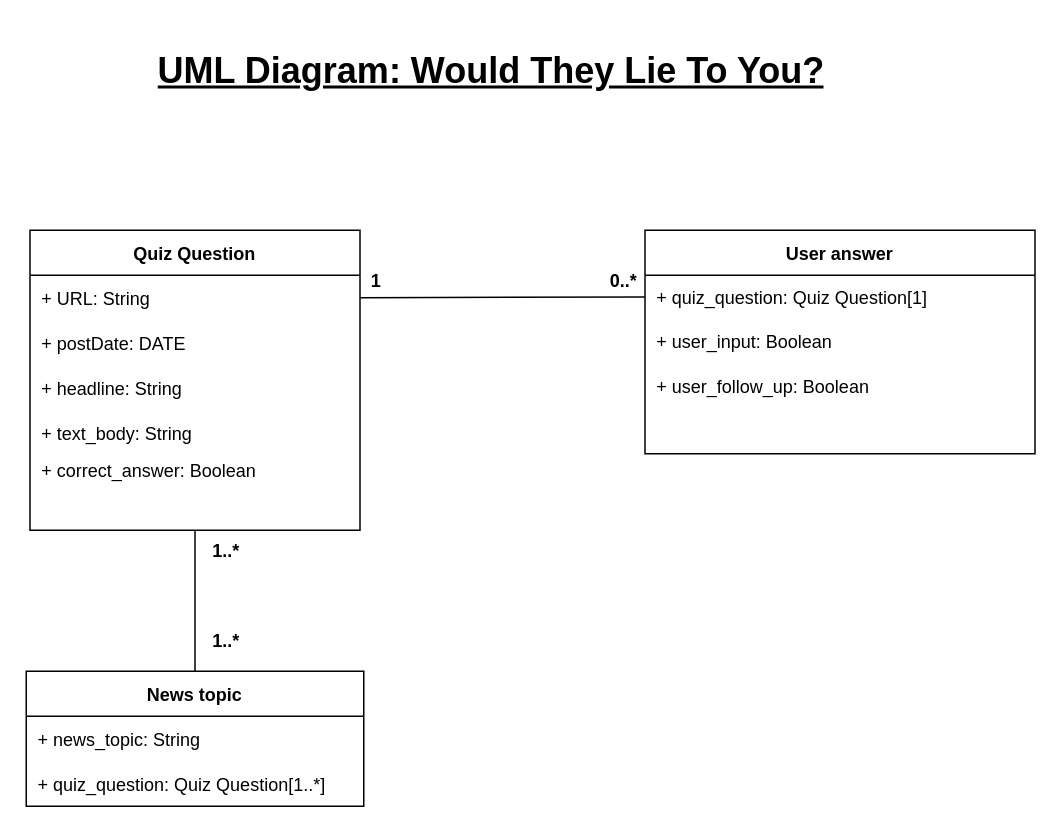
This is Documentation/Backend/DatabaseDesign/NoSQLDBDevelopment/NoSQLUML.drawio from Davospike/segpSPA, a draw.io file, before an edit. Source tidied: cells renumbered, new cells numbered last; positions are measured from the earlier drawing's top-left corner, leaving out a move shared by most shapes. Both pictures are drawn from the tidied source at 150%, with x=0, y=0 at pixel (26, 40).
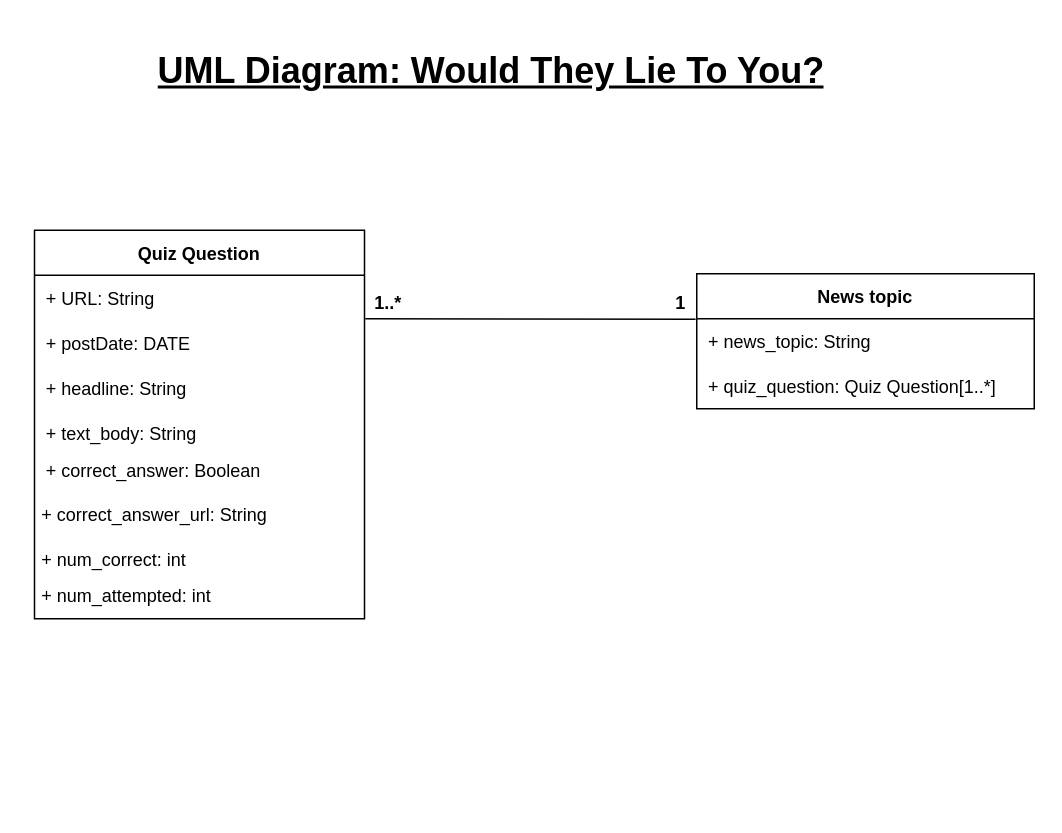
After the change.

The change refers to these unchanged cells:
```xml
<mxCell id="12" style="shape=partialRectangle;fillColor=none;points=[[0,0.5],[1,0.5]];portConstraint=eastwest;top=0;left=0;right=0;bottom=0;" parent="11" vertex="1">
  <mxGeometry y="30" width="220" height="30" as="geometry" />
</mxCell>
```

The edit, as a diff of the source:
```diff
@@
-    <mxCell id="2" value="User answer" style="shape=table;startSize=30;childLayout=tableLayout;rowLines=0;fontStyle=1;align=center;" parent="1" vertex="1">
-      <mxGeometry x="412.5" y="126" width="260" height="149" as="geometry" />
-    </mxCell>
-    <mxCell id="3" style="shape=partialRectangle;fillColor=none;points=[[0,0.5],[1,0.5]];portConstraint=eastwest;top=0;left=0;right=0;bottom=0;" parent="2" vertex="1">
-      <mxGeometry y="30" width="260" height="29" as="geometry" />
-    </mxCell>
-    <mxCell id="4" value="+ quiz_question: Quiz Question[1]" style="shape=partialRectangle;overflow=hidden;fillColor=none;top=0;left=0;bottom=0;right=0;align=left;spacingLeft=6;" parent="3" vertex="1">
-      <mxGeometry width="260" height="29" as="geometry" />
-    </mxCell>
-    <mxCell id="5" style="shape=partialRectangle;fillColor=none;top=0;left=0;right=0;bottom=0;" parent="2" vertex="1">
-      <mxGeometry y="59" width="260" height="30" as="geometry" />
-    </mxCell>
-    <mxCell id="6" value="+ user_input: Boolean" style="shape=partialRectangle;overflow=hidden;fillColor=none;top=0;left=0;bottom=0;right=0;align=left;spacingLeft=6;" parent="5" vertex="1">
-      <mxGeometry width="260" height="30" as="geometry" />
-    </mxCell>
-    <mxCell id="7" style="shape=partialRectangle;fillColor=none;top=0;left=0;right=0;bottom=0;" parent="2" vertex="1">
-      <mxGeometry y="89" width="260" height="30" as="geometry" />
-    </mxCell>
-    <mxCell id="8" value="+ user_follow_up: Boolean" style="shape=partialRectangle;overflow=hidden;fillColor=none;top=0;left=0;bottom=0;right=0;align=left;spacingLeft=6;" parent="7" vertex="1">
-      <mxGeometry width="260" height="30" as="geometry" />
-    </mxCell>
-    <mxCell id="9" style="shape=partialRectangle;fillColor=none;top=0;left=0;right=0;bottom=0;" parent="2" vertex="1">
-      <mxGeometry y="119" width="260" height="30" as="geometry" />
-    </mxCell>
-    <mxCell id="10" style="shape=partialRectangle;overflow=hidden;fillColor=none;top=0;left=0;bottom=0;right=0;align=left;spacingLeft=6;" parent="9" vertex="1">
-      <mxGeometry width="260" height="30" as="geometry" />
-    </mxCell>
     <mxCell id="11" value="Quiz Question" style="shape=table;startSize=30;childLayout=tableLayout;rowLines=0;fontStyle=1;align=center;" parent="1" vertex="1">
-      <mxGeometry x="2.5" y="126" width="220" height="200" as="geometry" />
+      <mxGeometry x="5.5" y="126" width="220" height="259" as="geometry" />
     </mxCell>
@@
     <mxCell id="22" style="shape=partialRectangle;fillColor=none;top=0;left=0;right=0;bottom=0;" parent="11" vertex="1">
-      <mxGeometry y="170" width="220" height="30" as="geometry" />
+      <mxGeometry y="170" width="220" height="29" as="geometry" />
     </mxCell>
     <mxCell id="23" style="shape=partialRectangle;overflow=hidden;fillColor=none;top=0;left=0;bottom=0;right=0;align=left;spacingLeft=6;labelBorderColor=#000000;perimeterSpacing=0;strokeWidth=2;" parent="22" vertex="1">
-      <mxGeometry width="220" height="30" as="geometry" />
+      <mxGeometry width="220" height="29" as="geometry" />
     </mxCell>
     <mxCell id="24" value="News topic" style="shape=table;startSize=30;childLayout=tableLayout;rowLines=0;fontStyle=1;align=center;" parent="1" vertex="1">
-      <mxGeometry y="420" width="225" height="90" as="geometry" />
+      <mxGeometry x="447" y="155" width="225" height="90" as="geometry" />
     </mxCell>
@@
-    <mxCell id="30" style="endArrow=none;html=1;entryX=0;entryY=0.5;entryDx=0;entryDy=0;exitX=1;exitY=0.5;exitDx=0;exitDy=0;" parent="1" edge="1" source="12" target="3">
-      <mxGeometry relative="1" as="geometry" />
-    </mxCell>
+    <mxCell id="33" style="endArrow=none;html=1;exitX=1.013;exitY=1.013;exitDx=0;exitDy=0;exitPerimeter=0;" parent="1" edge="1" source="31">
+      <mxGeometry relative="1" as="geometry">
+        <mxPoint x="226" y="185" as="targetPoint" />
+        <Array as="points">
+          <mxPoint x="226" y="185" />
+        </Array>
+      </mxGeometry>
+    </mxCell>
+    <mxCell id="35" value="1..*" style="text;html=1;align=center;verticalAlign=middle;fontStyle=1;" parent="1" vertex="1">
+      <mxGeometry x="226" y="165" width="30" height="20" as="geometry" />
+    </mxCell>
     <mxCell id="31" value="1" style="text;html=1;align=center;verticalAlign=middle;points=[];fontStyle=1;" parent="1" vertex="1">
-      <mxGeometry x="222.5" y="150" width="20" height="20" as="geometry" />
+      <mxGeometry x="426" y="165" width="20" height="20" as="geometry" />
     </mxCell>
-    <mxCell id="32" value="0..*" style="text;html=1;align=center;verticalAlign=middle;fontStyle=1;" parent="1" vertex="1">
-      <mxGeometry x="382.5" y="150" width="30" height="20" as="geometry" />
-    </mxCell>
-    <mxCell id="33" style="endArrow=none;html=1;exitX=0.5;exitY=0;exitDx=0;exitDy=0;" parent="1" edge="1" source="24">
-      <mxGeometry relative="1" as="geometry">
-        <mxPoint x="112.5" y="326" as="targetPoint" />
-      </mxGeometry>
-    </mxCell>
-    <mxCell id="34" value="1..*" style="text;html=1;align=center;verticalAlign=middle;fontStyle=1;" parent="1" vertex="1">
-      <mxGeometry x="117.5" y="330" width="30" height="20" as="geometry" />
-    </mxCell>
-    <mxCell id="35" value="1..*" style="text;html=1;align=center;verticalAlign=middle;fontStyle=1;" parent="1" vertex="1">
-      <mxGeometry x="117.5" y="390" width="30" height="20" as="geometry" />
-    </mxCell>
+    <mxCell id="36" value="+ correct_answer_url: String" style="shape=partialRectangle;overflow=hidden;fillColor=none;top=0;left=0;bottom=0;right=0;align=left;spacingLeft=6;" parent="1" vertex="1">
+      <mxGeometry x="2.5" y="305" width="220" height="20" as="geometry" />
+    </mxCell>
+    <mxCell id="37" value="+ num_correct: int" style="shape=partialRectangle;overflow=hidden;fillColor=none;top=0;left=0;bottom=0;right=0;align=left;spacingLeft=6;" parent="1" vertex="1">
+      <mxGeometry x="2.5" y="335" width="220" height="20" as="geometry" />
+    </mxCell>
+    <mxCell id="38" value="+ num_attempted: int" style="shape=partialRectangle;overflow=hidden;fillColor=none;top=0;left=0;bottom=0;right=0;align=left;spacingLeft=6;" parent="1" vertex="1">
+      <mxGeometry x="2.5" y="359" width="220" height="20" as="geometry" />
+    </mxCell>
```
